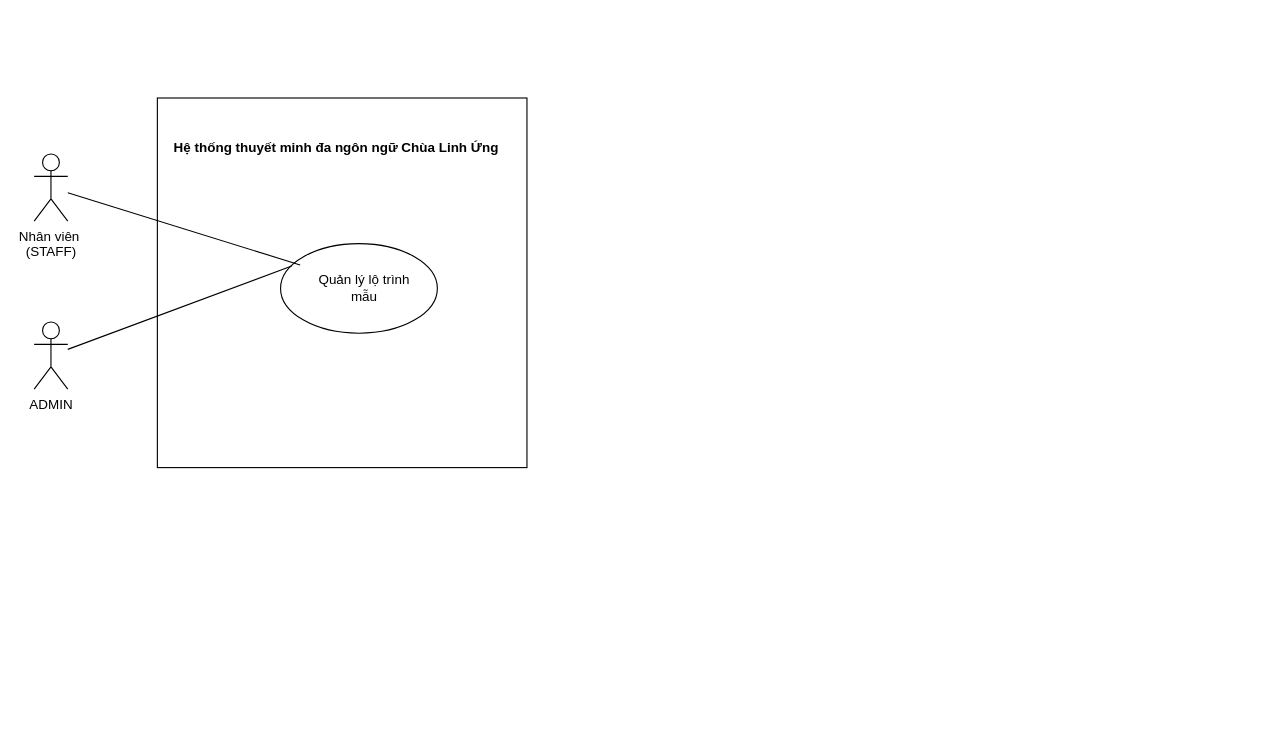
Earlier version of the draw.io diagram docs/diagram/use case/UC-14_Use-Case.drawio (Kazuken123/prj_sgu26_cnpm). Source tidied: cells renumbered, new cells numbered last; positions are measured from the earlier drawing's top-left corner, leaving out a move shared by most shapes. Both pictures are drawn from the tidied source at 112%, with x=0, y=0 at pixel (34, 97).
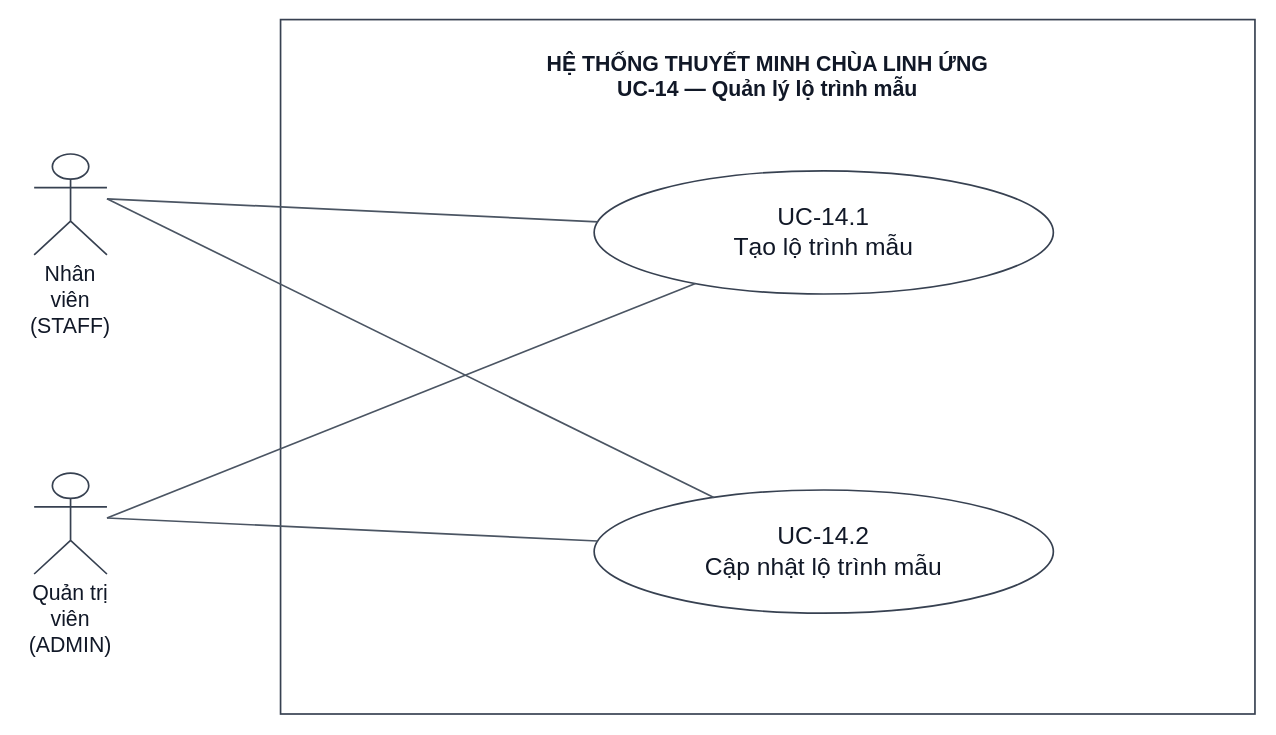
Above is the later version.

Change to the diagram source:
```diff
@@
 <mxGraphModel>
   <root>
     <mxCell id="0" />
     <mxCell id="1" parent="0" />
+    <mxCell id="10" value="HỆ THỐNG THUYẾT MINH CHÙA LINH ỨNG&lt;br&gt;UC-14 — Quản lý lộ trình mẫu" style="html=1;whiteSpace=wrap;fontFamily=Arial;fontSize=19;fontColor=#111827;strokeColor=#374151;fillColor=#FFFFFF;strokeWidth=1.5;rounded=0;verticalAlign=top;spacingTop=22;fontStyle=1;fillColor=none;" parent="1" vertex="1">
+      <mxGeometry x="220" y="-70" width="870" height="620" as="geometry" />
+    </mxCell>
-    <mxCell id="2" value="Nhân viên&amp;nbsp;&lt;div&gt;(STAFF)&lt;/div&gt;" style="shape=umlActor;verticalLabelPosition=bottom;verticalAlign=top;html=1;outlineConnect=0;" parent="1" vertex="1">
-      <mxGeometry y="50" width="30" height="60" as="geometry" />
+    <mxCell id="2" value="Nhân viên&lt;br&gt;(STAFF)" style="html=1;whiteSpace=wrap;fontFamily=Arial;fontSize=19;fontColor=#111827;strokeColor=#374151;fillColor=#FFFFFF;strokeWidth=1.5;shape=umlActor;verticalLabelPosition=bottom;verticalAlign=top;" parent="1" vertex="1">
+      <mxGeometry y="50" width="65" height="90" as="geometry" />
     </mxCell>
-    <mxCell id="3" value="ADMIN&lt;div&gt;&lt;br&gt;&lt;/div&gt;" style="shape=umlActor;verticalLabelPosition=bottom;verticalAlign=top;html=1;outlineConnect=0;" parent="1" vertex="1">
-      <mxGeometry y="200" width="30" height="60" as="geometry" />
-    </mxCell>
-    <mxCell id="4" style="whiteSpace=wrap;html=1;" parent="1" vertex="1">
-      <mxGeometry x="110" width="330" height="330" as="geometry" />
-    </mxCell>
-    <mxCell id="5" style="ellipse;whiteSpace=wrap;html=1;shapeInside=1;" parent="1" vertex="1">
-      <mxGeometry x="220" y="130" width="140" height="80" as="geometry" />
-    </mxCell>
-    <mxCell id="6" value="Quản lý lộ trình mẫu" style="text;html=1;whiteSpace=wrap;strokeColor=none;fillColor=none;align=center;verticalAlign=middle;rounded=0;" parent="1" vertex="1">
-      <mxGeometry x="250" y="155" width="90" height="30" as="geometry" />
-    </mxCell>
-    <mxCell id="7" style="endArrow=none;html=1;rounded=0;strokeColor=default;align=center;verticalAlign=middle;fontFamily=Helvetica;fontSize=11;fontColor=default;labelBackgroundColor=default;" parent="1" edge="1" source="3">
-      <mxGeometry relative="1" as="geometry">
-        <mxPoint x="230" y="150" as="targetPoint" />
-      </mxGeometry>
-    </mxCell>
-    <mxCell id="8" style="endArrow=none;html=1;rounded=0;strokeColor=default;align=center;verticalAlign=middle;fontFamily=Helvetica;fontSize=11;fontColor=default;labelBackgroundColor=default;entryX=0.125;entryY=0.238;entryDx=0;entryDy=0;entryPerimeter=0;" parent="1" edge="1" source="2" target="5">
-      <mxGeometry relative="1" as="geometry" />
-    </mxCell>
-    <mxCell id="9" value="&lt;b&gt;Hệ thống thuyết minh đa ngôn ngữ Chùa Linh Ứng&lt;/b&gt;" style="text;html=1;whiteSpace=wrap;strokeColor=none;fillColor=none;align=center;verticalAlign=middle;rounded=0;" parent="1" vertex="1">
-      <mxGeometry x="120" y="30" width="300" height="30" as="geometry" />
-    </mxCell>
+    <mxCell id="11" value="Quản trị viên&lt;br&gt;(ADMIN)" style="html=1;whiteSpace=wrap;fontFamily=Arial;fontSize=19;fontColor=#111827;strokeColor=#374151;fillColor=#FFFFFF;strokeWidth=1.5;shape=umlActor;verticalLabelPosition=bottom;verticalAlign=top;" parent="1" vertex="1">
+      <mxGeometry y="335" width="65" height="90" as="geometry" />
+    </mxCell>
+    <mxCell id="12" value="UC-14.1&lt;br&gt;Tạo lộ trình mẫu" style="html=1;whiteSpace=wrap;fontFamily=Arial;fontSize=22;fontColor=#111827;strokeColor=#374151;fillColor=#FFFFFF;strokeWidth=1.5;ellipse;" parent="1" vertex="1">
+      <mxGeometry x="500" y="65" width="410" height="110" as="geometry" />
+    </mxCell>
+    <mxCell id="13" value="UC-14.2&lt;br&gt;Cập nhật lộ trình mẫu" style="html=1;whiteSpace=wrap;fontFamily=Arial;fontSize=22;fontColor=#111827;strokeColor=#374151;fillColor=#FFFFFF;strokeWidth=1.5;ellipse;" parent="1" vertex="1">
+      <mxGeometry x="500" y="350" width="410" height="110" as="geometry" />
+    </mxCell>
+    <mxCell id="14" style="html=1;rounded=0;endArrow=none;endFill=1;strokeColor=#4B5563;strokeWidth=1.5;fontFamily=Arial;fontSize=17;exitX=1.0;exitY=0.4444444444444444;exitPerimeter=0;entryX=0.00746102574370769;entryY=0.4139456053501081;entryPerimeter=0;" parent="1" edge="1" source="2" target="12">
+      <mxGeometry relative="1" as="geometry" />
+    </mxCell>
+    <mxCell id="15" style="html=1;rounded=0;endArrow=none;endFill=1;strokeColor=#4B5563;strokeWidth=1.5;fontFamily=Arial;fontSize=17;exitX=1.0;exitY=0.4444444444444444;exitPerimeter=0;entryX=0.2606930253645731;entryY=0.06098727593515088;entryPerimeter=0;" parent="1" edge="1" source="2" target="13">
+      <mxGeometry relative="1" as="geometry" />
+    </mxCell>
+    <mxCell id="16" style="html=1;rounded=0;endArrow=none;endFill=1;strokeColor=#4B5563;strokeWidth=1.5;fontFamily=Arial;fontSize=17;exitX=1.0;exitY=0.4444444444444444;exitPerimeter=0;entryX=0.22073044365190084;entryY=0.9147390925595702;entryPerimeter=0;" parent="1" edge="1" source="11" target="12">
+      <mxGeometry relative="1" as="geometry" />
+    </mxCell>
+    <mxCell id="17" style="html=1;rounded=0;endArrow=none;endFill=1;strokeColor=#4B5563;strokeWidth=1.5;fontFamily=Arial;fontSize=17;exitX=1.0;exitY=0.4444444444444444;exitPerimeter=0;entryX=0.00746102574370769;entryY=0.4139456053501078;entryPerimeter=0;" parent="1" edge="1" source="11" target="13">
+      <mxGeometry relative="1" as="geometry" />
+    </mxCell>
   </root>
 </mxGraphModel>
```
